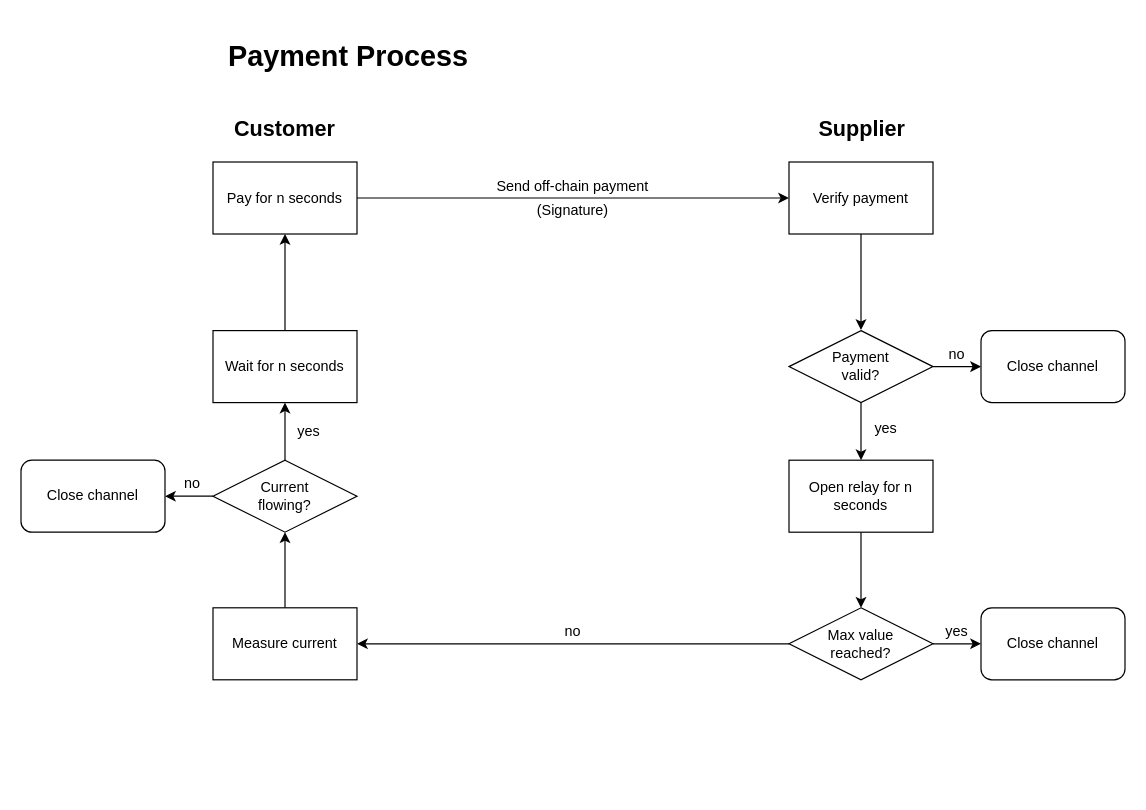
This is page "payment_process" (3 of 4) of flowcharts/Plug-Socket.drawio from gretzke/Blockchain-Based-Smart-Outlet, a draw.io file, before an edit. Source tidied: cells renumbered, new cells numbered last; positions are measured from the earlier drawing's top-left corner, leaving out a move shared by most shapes. Both pictures are drawn from the tidied source at 120%, with x=0, y=0 at pixel (20, 44).
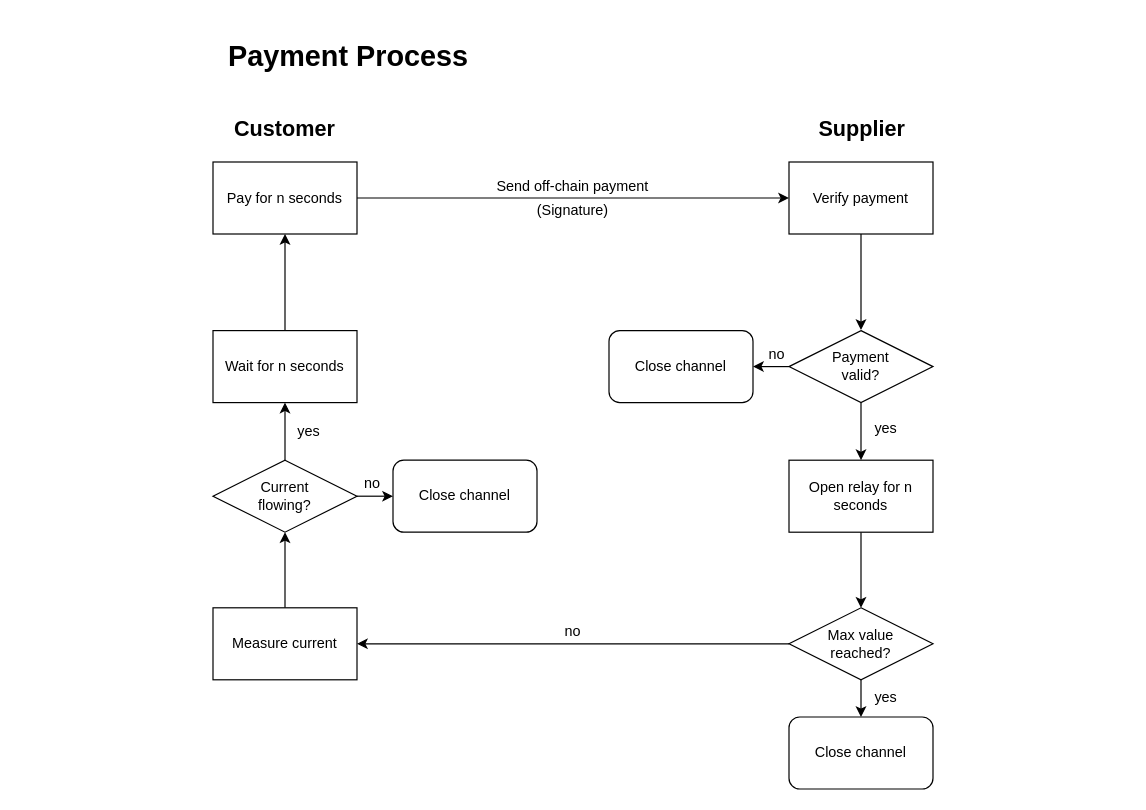
The same page after the edit.

The change refers to these unchanged cells:
```xml
<mxCell id="6" value="Max value &lt;br&gt;reached?" style="rhombus;whiteSpace=wrap;html=1;" parent="1" vertex="1">
  <mxGeometry x="640" y="469" width="120" height="60" as="geometry" />
</mxCell>
<mxCell id="15" value="Payment&lt;br&gt;valid?" style="rhombus;whiteSpace=wrap;html=1;" parent="1" vertex="1">
  <mxGeometry x="640" y="238" width="120" height="60" as="geometry" />
</mxCell>
<mxCell id="23" value="Current&lt;br&gt;flowing?" style="rhombus;whiteSpace=wrap;html=1;" parent="1" vertex="1">
  <mxGeometry x="160" y="346" width="120" height="60" as="geometry" />
</mxCell>
```

Change to the diagram source:
```diff
@@
-    <mxCell id="5" style="edgeStyle=orthogonalEdgeStyle;rounded=0;jettySize=auto;html=1;exitX=1;exitY=0.5;exitDx=0;exitDy=0;entryX=0;entryY=0.5;entryDx=0;entryDy=0;strokeColor=#000000;" parent="1" edge="1" source="6" target="28">
+    <mxCell id="5" style="edgeStyle=orthogonalEdgeStyle;rounded=0;jettySize=auto;html=1;exitX=0.5;exitY=1;exitDx=0;exitDy=0;" parent="1" edge="1" source="6" target="28">
       <mxGeometry relative="1" as="geometry" />
     </mxCell>
@@
-    <mxCell id="14" style="edgeStyle=orthogonalEdgeStyle;rounded=0;jettySize=auto;html=1;exitX=1;exitY=0.5;exitDx=0;exitDy=0;entryX=0;entryY=0.5;entryDx=0;entryDy=0;strokeColor=#000000;" parent="1" edge="1" source="15" target="29">
+    <mxCell id="14" style="edgeStyle=orthogonalEdgeStyle;rounded=0;jettySize=auto;html=1;exitX=0;exitY=0.5;exitDx=0;exitDy=0;entryX=1;entryY=0.5;entryDx=0;entryDy=0;" parent="1" edge="1" source="15" target="29">
       <mxGeometry relative="1" as="geometry" />
     </mxCell>
@@
-    <mxCell id="22" style="edgeStyle=orthogonalEdgeStyle;rounded=0;jettySize=auto;html=1;exitX=0;exitY=0.5;exitDx=0;exitDy=0;entryX=1;entryY=0.5;entryDx=0;entryDy=0;strokeColor=#000000;" parent="1" edge="1" source="23" target="30">
+    <mxCell id="22" style="edgeStyle=orthogonalEdgeStyle;rounded=0;jettySize=auto;html=1;exitX=1;exitY=0.5;exitDx=0;exitDy=0;entryX=0;entryY=0.5;entryDx=0;entryDy=0;" parent="1" edge="1" source="23" target="30">
       <mxGeometry relative="1" as="geometry" />
     </mxCell>
@@
     <mxCell id="28" value="Close channel" style="rounded=1;whiteSpace=wrap;html=1;" parent="1" vertex="1">
-      <mxGeometry x="800" y="469" width="120" height="60" as="geometry" />
+      <mxGeometry x="640" y="560" width="120" height="60" as="geometry" />
     </mxCell>
     <mxCell id="29" value="Close channel" style="rounded=1;whiteSpace=wrap;html=1;" parent="1" vertex="1">
-      <mxGeometry x="800" y="238" width="120" height="60" as="geometry" />
+      <mxGeometry x="490" y="238" width="120" height="60" as="geometry" />
     </mxCell>
     <mxCell id="30" value="Close channel" style="rounded=1;whiteSpace=wrap;html=1;" parent="1" vertex="1">
-      <mxGeometry y="346" width="120" height="60" as="geometry" />
+      <mxGeometry x="310" y="346" width="120" height="60" as="geometry" />
     </mxCell>
     <mxCell id="31" value="yes&lt;br&gt;" style="text;html=1;strokeColor=none;fillColor=none;align=center;verticalAlign=middle;whiteSpace=wrap;rounded=0;" parent="1" vertex="1">
-      <mxGeometry x="760" y="479" width="40" height="20" as="geometry" />
+      <mxGeometry x="701" y="534" width="40" height="20" as="geometry" />
     </mxCell>
     <mxCell id="32" value="no" style="text;html=1;strokeColor=none;fillColor=none;align=center;verticalAlign=middle;whiteSpace=wrap;rounded=0;" parent="1" vertex="1">
-      <mxGeometry x="123" y="356" width="40" height="20" as="geometry" />
+      <mxGeometry x="273" y="356" width="40" height="20" as="geometry" />
     </mxCell>
     <mxCell id="33" value="no" style="text;html=1;strokeColor=none;fillColor=none;align=center;verticalAlign=middle;whiteSpace=wrap;rounded=0;" parent="1" vertex="1">
-      <mxGeometry x="760" y="248" width="40" height="20" as="geometry" />
+      <mxGeometry x="610" y="248" width="40" height="20" as="geometry" />
     </mxCell>
```
